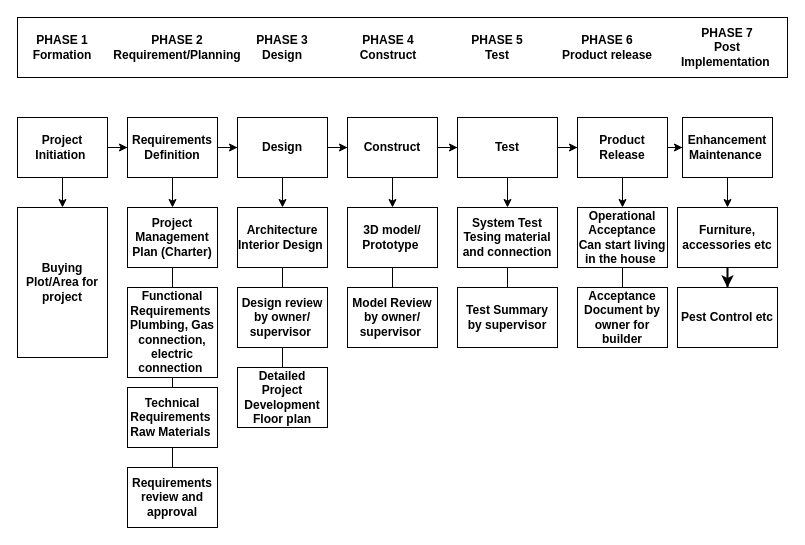
Dikshit28/SEPM_Dikshit19csu379 keeps this draw.io diagram as new dish.drawio. Above is the earlier version. Source tidied: cells renumbered, new cells numbered last; positions are measured from the earlier drawing's top-left corner, leaving out a move shared by most shapes. Both pictures are drawn from the tidied source at 100%, with x=0, y=0 at pixel (17, 17).
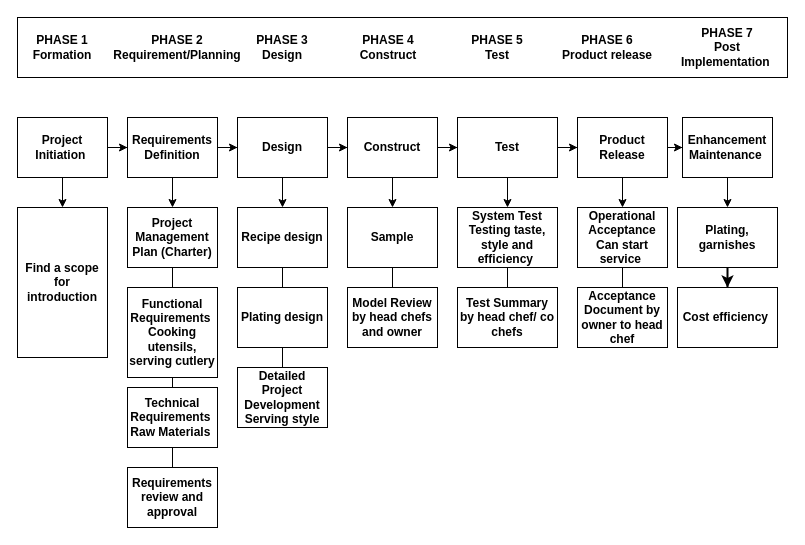
The same diagram, later.

Diff of the diagram source:
```diff
@@
-    <mxCell id="30" value="Buying Plot/Area for project" style="rounded=0;whiteSpace=wrap;html=1;fontStyle=1;" parent="1" vertex="1">
+    <mxCell id="30" value="Find a scope for introduction" style="rounded=0;whiteSpace=wrap;html=1;fontStyle=1;" parent="1" vertex="1">
       <mxGeometry y="190" width="90" height="150" as="geometry" />
     </mxCell>
@@
-    <mxCell id="32" value="Furniture, accessories etc" style="rounded=0;whiteSpace=wrap;html=1;fontStyle=1;" parent="1" vertex="1">
+    <mxCell id="32" value="Plating, garnishes" style="rounded=0;whiteSpace=wrap;html=1;fontStyle=1;" parent="1" vertex="1">
       <mxGeometry x="660" y="190" width="100" height="60" as="geometry" />
     </mxCell>
@@
-    <mxCell id="34" value="Operational Acceptance&lt;br&gt;Can start living in the house&amp;nbsp;" style="rounded=0;whiteSpace=wrap;html=1;fontStyle=1;" parent="1" vertex="1">
+    <mxCell id="34" value="Operational Acceptance&lt;br&gt;Can start service&amp;nbsp;" style="rounded=0;whiteSpace=wrap;html=1;fontStyle=1;" parent="1" vertex="1">
       <mxGeometry x="560" y="190" width="90" height="60" as="geometry" />
     </mxCell>
-    <mxCell id="35" value="Acceptance Document by owner for builder" style="rounded=0;whiteSpace=wrap;html=1;fontStyle=1;" parent="1" vertex="1">
+    <mxCell id="35" value="Acceptance Document by owner to head chef" style="rounded=0;whiteSpace=wrap;html=1;fontStyle=1;" parent="1" vertex="1">
       <mxGeometry x="560" y="270" width="90" height="60" as="geometry" />
     </mxCell>
@@
-    <mxCell id="37" value="System Test&lt;br&gt;Tesing material and connection" style="rounded=0;whiteSpace=wrap;html=1;fontStyle=1;" parent="1" vertex="1">
+    <mxCell id="37" value="System Test&lt;br&gt;Testing taste, style and efficiency&amp;nbsp;" style="rounded=0;whiteSpace=wrap;html=1;fontStyle=1;" parent="1" vertex="1">
       <mxGeometry x="440" y="190" width="100" height="60" as="geometry" />
     </mxCell>
-    <mxCell id="38" value="Test Summary by supervisor" style="rounded=0;whiteSpace=wrap;html=1;fontStyle=1;" parent="1" vertex="1">
+    <mxCell id="38" value="Test Summary by head chef/ co chefs" style="rounded=0;whiteSpace=wrap;html=1;fontStyle=1;" parent="1" vertex="1">
       <mxGeometry x="440" y="270" width="100" height="60" as="geometry" />
     </mxCell>
@@
-    <mxCell id="40" value="3D model/ Prototype&amp;nbsp;" style="rounded=0;whiteSpace=wrap;html=1;fontStyle=1;" parent="1" vertex="1">
+    <mxCell id="40" value="Sample" style="rounded=0;whiteSpace=wrap;html=1;fontStyle=1;" parent="1" vertex="1">
       <mxGeometry x="330" y="190" width="90" height="60" as="geometry" />
     </mxCell>
-    <mxCell id="41" value="Model Review by owner/ supervisor&amp;nbsp;" style="rounded=0;whiteSpace=wrap;html=1;fontStyle=1;" parent="1" vertex="1">
+    <mxCell id="41" value="Model Review by head chefs and owner" style="rounded=0;whiteSpace=wrap;html=1;fontStyle=1;" parent="1" vertex="1">
       <mxGeometry x="330" y="270" width="90" height="60" as="geometry" />
     </mxCell>
@@
-    <mxCell id="43" value="Architecture&lt;br&gt;Interior Design&amp;nbsp;" style="rounded=0;whiteSpace=wrap;html=1;fontStyle=1;" parent="1" vertex="1">
+    <mxCell id="43" value="Recipe design" style="rounded=0;whiteSpace=wrap;html=1;fontStyle=1;" parent="1" vertex="1">
       <mxGeometry x="220" y="190" width="90" height="60" as="geometry" />
     </mxCell>
@@
-    <mxCell id="45" value="Design review by owner/ supervisor&amp;nbsp;" style="rounded=0;whiteSpace=wrap;html=1;fontStyle=1;" parent="1" vertex="1">
+    <mxCell id="45" value="Plating design" style="rounded=0;whiteSpace=wrap;html=1;fontStyle=1;" parent="1" vertex="1">
       <mxGeometry x="220" y="270" width="90" height="60" as="geometry" />
     </mxCell>
-    <mxCell id="46" value="Detailed Project Development&lt;br&gt;Floor plan" style="rounded=0;whiteSpace=wrap;html=1;fontStyle=1;" parent="1" vertex="1">
+    <mxCell id="46" value="Detailed Project Development&lt;br&gt;Serving style" style="rounded=0;whiteSpace=wrap;html=1;fontStyle=1;" parent="1" vertex="1">
       <mxGeometry x="220" y="350" width="90" height="60" as="geometry" />
     </mxCell>
@@
-    <mxCell id="50" value="Functional Requirements&amp;nbsp;&lt;br&gt;Plumbing, Gas connection, electric connection&amp;nbsp;" style="rounded=0;whiteSpace=wrap;html=1;fontStyle=1;" parent="1" vertex="1">
+    <mxCell id="50" value="Functional Requirements&amp;nbsp;&lt;br&gt;Cooking utensils, serving cutlery" style="rounded=0;whiteSpace=wrap;html=1;fontStyle=1;" parent="1" vertex="1">
       <mxGeometry x="110" y="270" width="90" height="90" as="geometry" />
     </mxCell>
@@
-    <mxCell id="54" value="Pest Control etc" style="rounded=0;whiteSpace=wrap;html=1;fontStyle=1;" parent="1" vertex="1">
+    <mxCell id="54" value="Cost efficiency&amp;nbsp;" style="rounded=0;whiteSpace=wrap;html=1;fontStyle=1;" parent="1" vertex="1">
       <mxGeometry x="660" y="270" width="100" height="60" as="geometry" />
     </mxCell>
```
